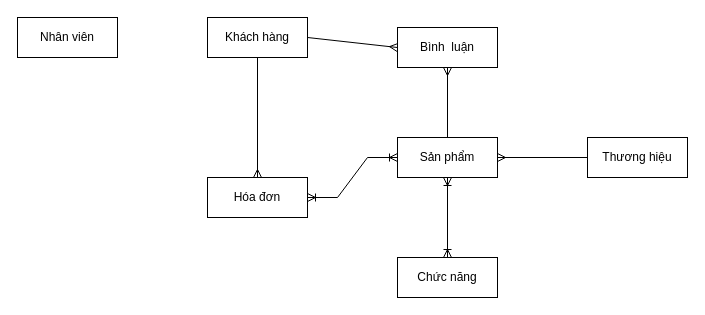
Above: database/soDoThucTheBanHang.drawio in Clone-Code/S2STORE (draw.io), before the change. Source tidied: cells renumbered, new cells numbered last; positions are measured from the earlier drawing's top-left corner, leaving out a move shared by most shapes. Both pictures are drawn from the tidied source at 100%, with x=0, y=0 at pixel (17, 17).
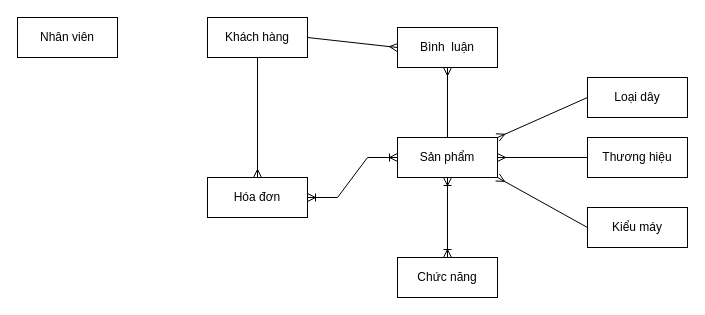
After the change.

Change to the diagram source:
```diff
@@
 <mxGraphModel>
   <root>
     <mxCell id="0" />
     <mxCell id="1" parent="0" />
     <mxCell id="2" value="Nhân viên" style="whiteSpace=wrap;html=1;align=center;" parent="1" vertex="1">
       <mxGeometry width="100" height="40" as="geometry" />
     </mxCell>
     <mxCell id="3" value="Khách hàng" style="whiteSpace=wrap;html=1;align=center;" parent="1" vertex="1">
       <mxGeometry x="190" width="100" height="40" as="geometry" />
     </mxCell>
     <mxCell id="4" value="Chức năng" style="whiteSpace=wrap;html=1;align=center;" parent="1" vertex="1">
       <mxGeometry x="380" y="240" width="100" height="40" as="geometry" />
     </mxCell>
     <mxCell id="5" value="Sản phẩm" style="whiteSpace=wrap;html=1;align=center;" parent="1" vertex="1">
       <mxGeometry x="380" y="120" width="100" height="40" as="geometry" />
     </mxCell>
     <mxCell id="6" value="Hóa đơn" style="whiteSpace=wrap;html=1;align=center;" parent="1" vertex="1">
       <mxGeometry x="190" y="160" width="100" height="40" as="geometry" />
     </mxCell>
     <mxCell id="7" style="edgeStyle=entityRelationEdgeStyle;fontSize=12;html=1;endArrow=ERoneToMany;startArrow=ERoneToMany;rounded=0;entryX=0;entryY=0.5;entryDx=0;entryDy=0;exitX=1;exitY=0.5;exitDx=0;exitDy=0;" parent="1" edge="1" source="6" target="5">
       <mxGeometry relative="1" as="geometry" />
     </mxCell>
     <mxCell id="8" style="fontSize=12;html=1;endArrow=ERmany;rounded=0;exitX=0.5;exitY=1;exitDx=0;exitDy=0;entryX=0.5;entryY=0;entryDx=0;entryDy=0;" parent="1" edge="1" source="3" target="6">
       <mxGeometry relative="1" as="geometry" />
     </mxCell>
     <mxCell id="9" value="Thương hiệu" style="whiteSpace=wrap;html=1;align=center;" parent="1" vertex="1">
       <mxGeometry x="570" y="120" width="100" height="40" as="geometry" />
     </mxCell>
     <mxCell id="10" value="Bình&amp;nbsp; luận" style="whiteSpace=wrap;html=1;align=center;" parent="1" vertex="1">
       <mxGeometry x="380" y="10" width="100" height="40" as="geometry" />
     </mxCell>
     <mxCell id="11" style="fontSize=12;html=1;endArrow=ERmany;rounded=0;entryX=0.5;entryY=1;entryDx=0;entryDy=0;exitX=0.5;exitY=0;exitDx=0;exitDy=0;" parent="1" edge="1" source="5" target="10">
       <mxGeometry relative="1" as="geometry" />
     </mxCell>
     <mxCell id="12" style="fontSize=12;html=1;endArrow=ERmany;rounded=0;entryX=0;entryY=0.5;entryDx=0;entryDy=0;exitX=1;exitY=0.5;exitDx=0;exitDy=0;" parent="1" edge="1" source="3" target="10">
       <mxGeometry relative="1" as="geometry" />
     </mxCell>
     <mxCell id="13" style="fontSize=12;html=1;endArrow=ERmany;rounded=0;exitX=0;exitY=0.5;exitDx=0;exitDy=0;entryX=1;entryY=0.5;entryDx=0;entryDy=0;" parent="1" edge="1" source="9" target="5">
       <mxGeometry relative="1" as="geometry" />
     </mxCell>
     <mxCell id="14" style="fontSize=12;html=1;endArrow=ERoneToMany;startArrow=ERoneToMany;rounded=0;entryX=0.5;entryY=1;entryDx=0;entryDy=0;exitX=0.5;exitY=0;exitDx=0;exitDy=0;" parent="1" edge="1" source="4" target="5">
       <mxGeometry relative="1" as="geometry" />
     </mxCell>
+    <mxCell id="15" value="Loại dây" style="whiteSpace=wrap;html=1;align=center;" parent="1" vertex="1">
+      <mxGeometry x="570" y="60" width="100" height="40" as="geometry" />
+    </mxCell>
+    <mxCell id="16" value="Kiểu máy" style="whiteSpace=wrap;html=1;align=center;" parent="1" vertex="1">
+      <mxGeometry x="570" y="190" width="100" height="40" as="geometry" />
+    </mxCell>
+    <mxCell id="17" style="fontSize=12;html=1;endArrow=ERmany;rounded=0;exitX=0;exitY=0.5;exitDx=0;exitDy=0;entryX=1;entryY=1;entryDx=0;entryDy=0;" parent="1" edge="1" source="16" target="5">
+      <mxGeometry relative="1" as="geometry" />
+    </mxCell>
+    <mxCell id="18" style="fontSize=12;html=1;endArrow=ERmany;rounded=0;exitX=0;exitY=0.5;exitDx=0;exitDy=0;entryX=1;entryY=0;entryDx=0;entryDy=0;" parent="1" edge="1" source="15" target="5">
+      <mxGeometry relative="1" as="geometry" />
+    </mxCell>
   </root>
 </mxGraphModel>
```
